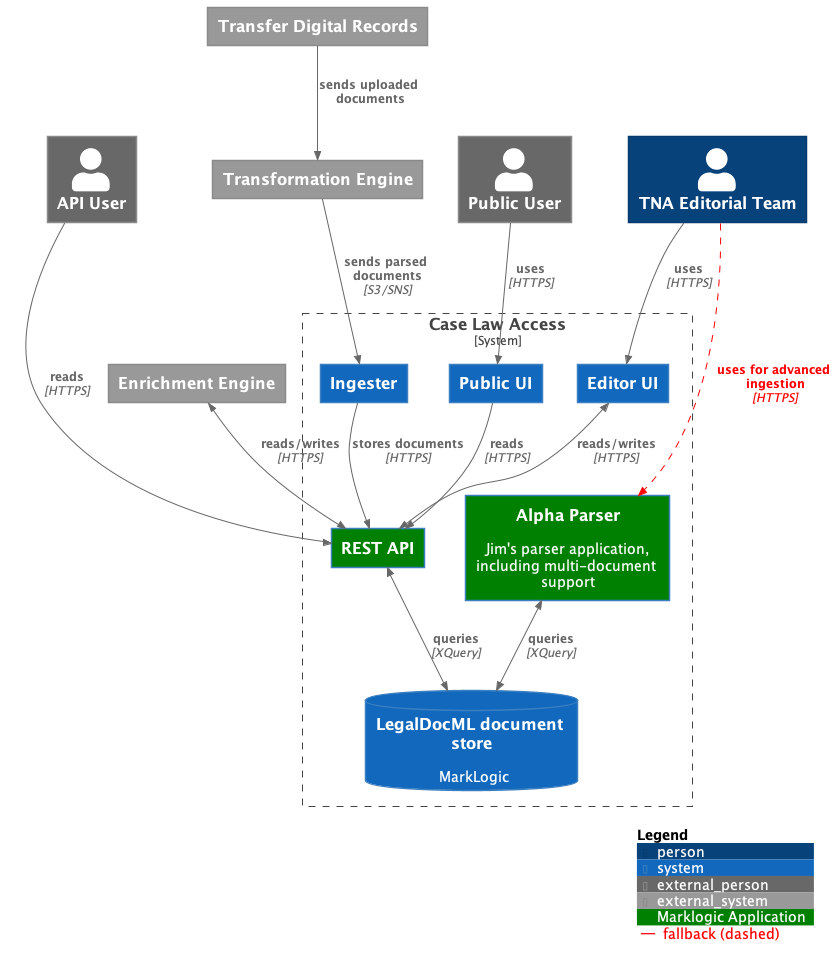
Before: doc/arch/images/System Landscape.png, a diagram exported from PlantUML (nationalarchives/ds-find-caselaw-docs).
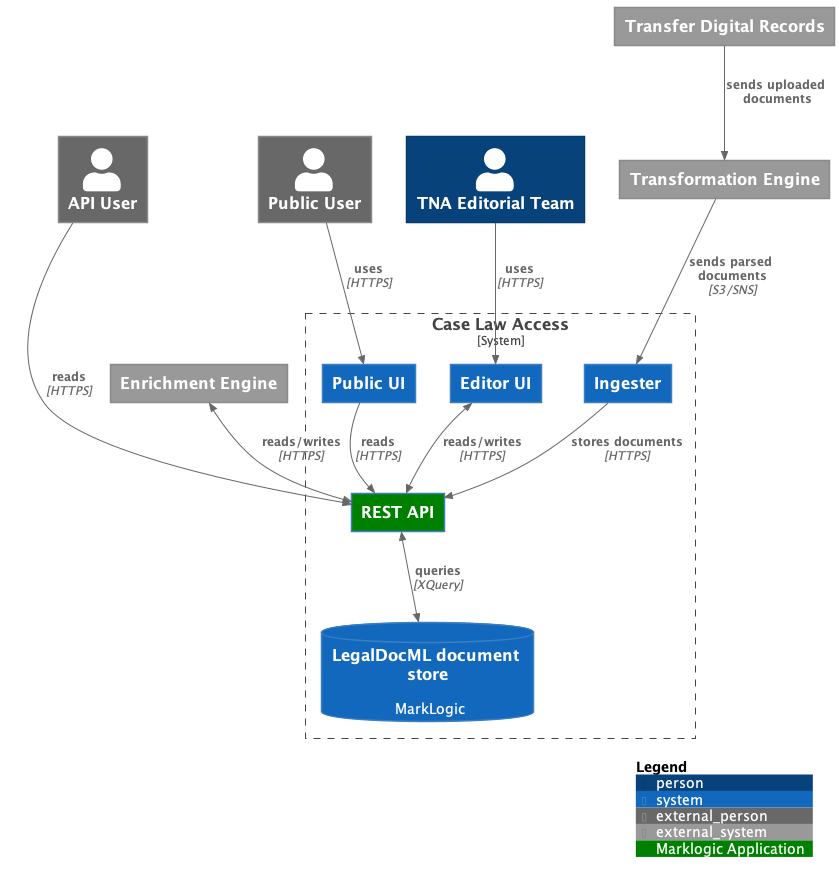
The same diagram one commit later.

Commit message:
update diagrams with latest parser information

Diff of the diagram source:
```diff
@@ -12,12 +12,10 @@
   System(editorUI, "Editor UI")
   System(ingester, "Ingester")
   System(api, "REST API", $tags="Marklogic Application")
-  System(parser, "Alpha Parser", "Jim's parser application, including multi-document support", $tags="Marklogic Application")
   SystemDb(markLogic, "LegalDocML document store", "MarkLogic")
 }
 
 BiRel(api, markLogic, "queries", "XQuery")
-BiRel(parser, markLogic, "queries", "XQuery")
 
 Rel(tdr, transformationEngine, "sends uploaded documents")
 Rel(transformationEngine, ingester, "sends parsed documents", "S3/SNS")
@@ -28,7 +26,6 @@
 Rel_R(apiUser, api, "reads", "HTTPS")
 Rel(joepublic, publicUI, "uses", "HTTPS")
 Rel(editor, editorUI, "uses", "HTTPS")
-Rel(editor, parser, "uses for advanced ingestion", "HTTPS", $tags="fallback")
 Lay_D(apiUser, enrichment)
 
 !include include/display.puml
```
